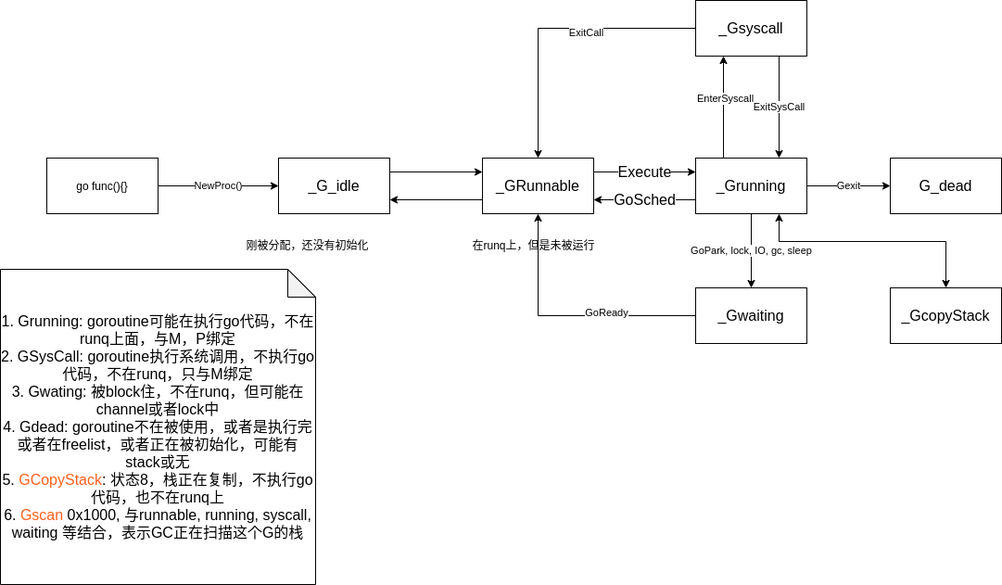
This is img/gstatus.png from mhh12121/mhh12121.github.io, a draw.io export, as it was before one commit. Source tidied: cells renumbered, new cells last; positions are measured from the earlier drawing's top-left corner, leaving out a move shared by most shapes.
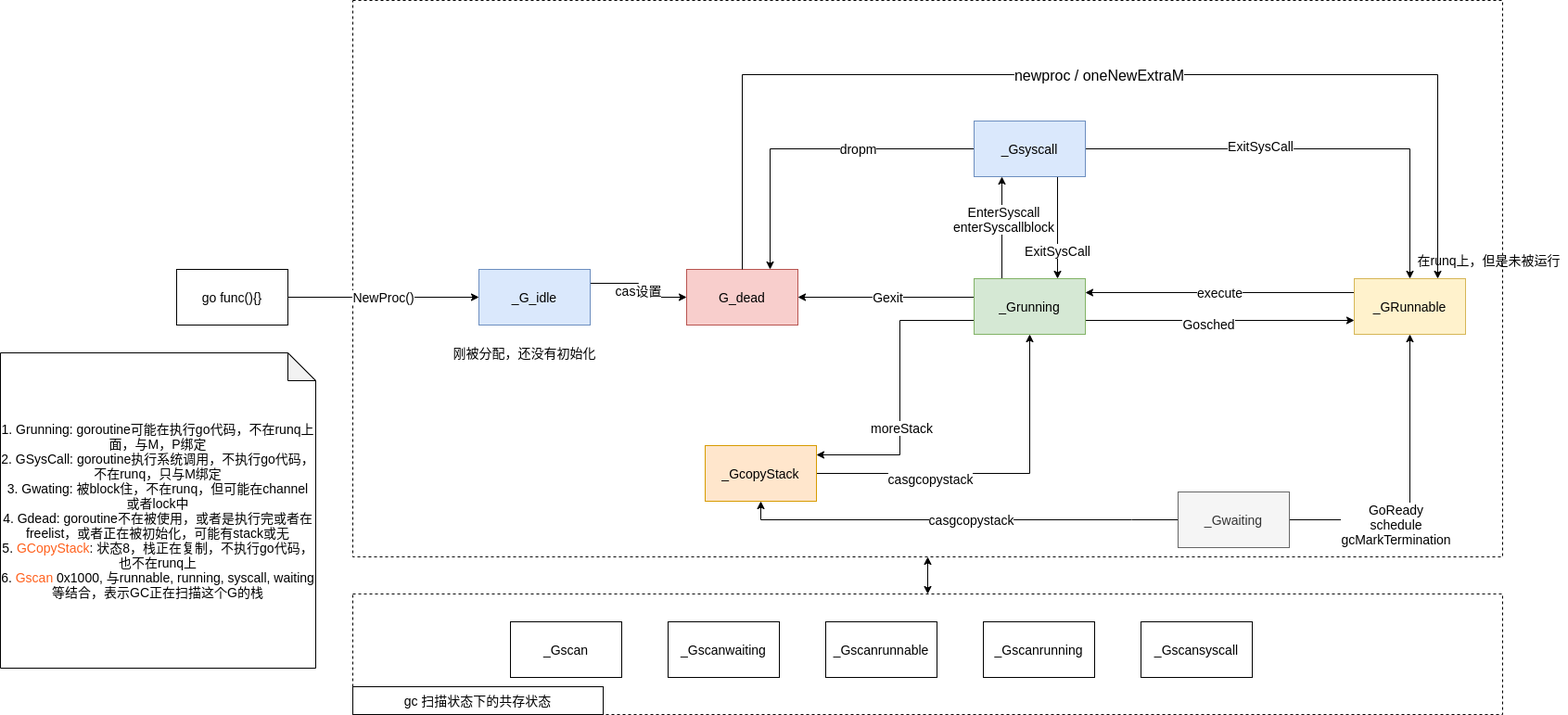
After the change.

The edit, as a diff of the source:
```diff
@@ -2,98 +2,159 @@
   <root>
     <mxCell id="0" />
     <mxCell id="1" parent="0" />
+    <mxCell id="28" style="edgeStyle=orthogonalEdgeStyle;rounded=0;jettySize=auto;html=1;exitX=0.5;exitY=1;exitDx=0;exitDy=0;entryX=0.5;entryY=0;entryDx=0;entryDy=0;startArrow=classic;startFill=1;fontSize=14;" parent="1" edge="1" source="29" target="30">
+      <mxGeometry relative="1" as="geometry" />
+    </mxCell>
+    <mxCell id="29" style="rounded=0;whiteSpace=wrap;html=1;fontSize=14;fillColor=none;dashed=1;" parent="1" vertex="1">
+      <mxGeometry x="-10" y="-180" width="1240" height="600" as="geometry" />
+    </mxCell>
+    <mxCell id="30" style="rounded=0;whiteSpace=wrap;html=1;dashed=1;fillColor=none;fontSize=14;" parent="1" vertex="1">
+      <mxGeometry x="-10" y="460" width="1240" height="130" as="geometry" />
+    </mxCell>
-    <mxCell id="2" style="edgeStyle=orthogonalEdgeStyle;rounded=0;jettySize=auto;html=1;exitX=1;exitY=0.25;exitDx=0;exitDy=0;entryX=0;entryY=0.25;entryDx=0;entryDy=0;fontFamily=Helvetica;fontSize=16;" parent="1" edge="1" source="3" target="6">
+    <mxCell id="2" value="cas设置" style="edgeStyle=orthogonalEdgeStyle;rounded=0;jettySize=auto;html=1;exitX=1;exitY=0.25;exitDx=0;exitDy=0;entryX=0;entryY=0.5;entryDx=0;entryDy=0;fontFamily=Helvetica;fontSize=14;" parent="1" edge="1" source="3" target="18">
       <mxGeometry relative="1" as="geometry" />
     </mxCell>
-    <mxCell id="3" value="_G_idle" style="rounded=0;whiteSpace=wrap;html=1;fontFamily=Helvetica;fontSize=16;" parent="1" vertex="1">
-      <mxGeometry x="300" y="170" width="120" height="60" as="geometry" />
+    <mxCell id="3" value="_G_idle" style="rounded=0;whiteSpace=wrap;html=1;fontFamily=Helvetica;fontSize=14;fillColor=#dae8fc;strokeColor=#6c8ebf;" parent="1" vertex="1">
+      <mxGeometry x="126" y="110" width="120" height="60" as="geometry" />
     </mxCell>
-    <mxCell id="4" style="edgeStyle=orthogonalEdgeStyle;rounded=0;jettySize=auto;html=1;exitX=0;exitY=0.75;exitDx=0;exitDy=0;entryX=1;entryY=0.75;entryDx=0;entryDy=0;fontFamily=Helvetica;fontSize=16;" parent="1" edge="1" source="6" target="3">
-      <mxGeometry relative="1" as="geometry" />
-    </mxCell>
-    <mxCell id="5" value="Execute" style="edgeStyle=orthogonalEdgeStyle;rounded=0;jettySize=auto;html=1;exitX=1;exitY=0.25;exitDx=0;exitDy=0;entryX=0;entryY=0.25;entryDx=0;entryDy=0;fontFamily=Helvetica;fontSize=16;" parent="1" edge="1" source="6" target="13">
-      <mxGeometry relative="1" as="geometry" />
+    <mxCell id="5" value="execute" style="edgeStyle=orthogonalEdgeStyle;rounded=0;jettySize=auto;html=1;exitX=0;exitY=0.25;exitDx=0;exitDy=0;entryX=1;entryY=0.25;entryDx=0;entryDy=0;fontFamily=Helvetica;fontSize=14;" parent="1" edge="1" source="6" target="13">
+      <mxGeometry relative="1" as="geometry">
+        <Array as="points">
+          <mxPoint x="1070" y="135" />
+        </Array>
+      </mxGeometry>
     </mxCell>
-    <mxCell id="6" value="_GRunnable" style="rounded=0;whiteSpace=wrap;html=1;fontFamily=Helvetica;fontSize=16;" parent="1" vertex="1">
-      <mxGeometry x="520" y="170" width="120" height="60" as="geometry" />
+    <mxCell id="6" value="_GRunnable" style="rounded=0;whiteSpace=wrap;html=1;fontFamily=Helvetica;fontSize=14;fillColor=#fff2cc;strokeColor=#d6b656;" parent="1" vertex="1">
+      <mxGeometry x="1070" y="120" width="120" height="60" as="geometry" />
     </mxCell>
-    <mxCell id="7" value="GoSched" style="edgeStyle=orthogonalEdgeStyle;rounded=0;jettySize=auto;html=1;exitX=0;exitY=0.75;exitDx=0;exitDy=0;entryX=1;entryY=0.75;entryDx=0;entryDy=0;fontFamily=Helvetica;fontSize=16;" parent="1" edge="1" source="13" target="6">
-      <mxGeometry relative="1" as="geometry" />
-    </mxCell>
-    <mxCell id="8" style="edgeStyle=orthogonalEdgeStyle;rounded=0;jettySize=auto;html=1;exitX=0.25;exitY=0;exitDx=0;exitDy=0;entryX=0.25;entryY=1;entryDx=0;entryDy=0;" parent="1" edge="1" source="13" target="17">
+    <mxCell id="8" style="edgeStyle=orthogonalEdgeStyle;rounded=0;jettySize=auto;html=1;exitX=0.25;exitY=0;exitDx=0;exitDy=0;entryX=0.25;entryY=1;entryDx=0;entryDy=0;fontSize=14;" parent="1" edge="1" source="13" target="17">
       <mxGeometry relative="1" as="geometry" />
     </mxCell>
-    <mxCell id="9" value="EnterSyscall" style="edgeLabel;html=1;align=center;verticalAlign=middle;" parent="8" vertex="1">
+    <mxCell id="9" value="EnterSyscall&lt;br&gt;enterSyscallblock" style="edgeLabel;html=1;align=center;verticalAlign=middle;fontSize=14;" parent="8" vertex="1">
       <mxGeometry x="0.18" y="-1" relative="1" as="geometry" />
     </mxCell>
-    <mxCell id="10" value="Gexit" style="edgeStyle=orthogonalEdgeStyle;rounded=0;jettySize=auto;html=1;exitX=1;exitY=0.5;exitDx=0;exitDy=0;entryX=0;entryY=0.5;entryDx=0;entryDy=0;" parent="1" edge="1" source="13" target="18">
+    <mxCell id="10" value="Gexit" style="edgeStyle=orthogonalEdgeStyle;rounded=0;jettySize=auto;html=1;exitX=0;exitY=0.25;exitDx=0;exitDy=0;fontSize=14;entryX=1;entryY=0.5;entryDx=0;entryDy=0;" parent="1" edge="1" source="13" target="18">
       <mxGeometry relative="1" as="geometry">
         <Array as="points">
-          <mxPoint x="910" y="200" />
-          <mxPoint x="910" y="200" />
+          <mxPoint x="660" y="140" />
         </Array>
       </mxGeometry>
     </mxCell>
-    <mxCell id="11" value="GoPark, lock, IO, gc, sleep" style="edgeStyle=orthogonalEdgeStyle;rounded=0;jettySize=auto;html=1;exitX=0.5;exitY=1;exitDx=0;exitDy=0;entryX=0.5;entryY=0;entryDx=0;entryDy=0;" parent="1" edge="1" source="13" target="21">
-      <mxGeometry relative="1" as="geometry">
-        <Array as="points">
-          <mxPoint x="810" y="270" />
-          <mxPoint x="810" y="270" />
-        </Array>
-      </mxGeometry>
-    </mxCell>
-    <mxCell id="12" style="edgeStyle=orthogonalEdgeStyle;rounded=0;jettySize=auto;html=1;exitX=0.75;exitY=1;exitDx=0;exitDy=0;startArrow=classic;startFill=1;" parent="1" edge="1" source="13" target="27">
+    <mxCell id="12" style="edgeStyle=orthogonalEdgeStyle;rounded=0;jettySize=auto;html=1;exitX=0;exitY=0.75;exitDx=0;exitDy=0;startArrow=none;startFill=0;fontSize=14;" parent="1" edge="1" source="13" target="27">
       <mxGeometry relative="1" as="geometry">
         <Array as="points">
-          <mxPoint x="840" y="260" />
-          <mxPoint x="1020" y="260" />
+          <mxPoint x="580" y="165" />
+          <mxPoint x="580" y="310" />
         </Array>
       </mxGeometry>
     </mxCell>
+    <mxCell id="31" value="moreStack" style="edgeLabel;html=1;align=center;verticalAlign=middle;fontSize=14;" parent="12" vertex="1">
+      <mxGeometry x="0.24" y="1" relative="1" as="geometry" />
+    </mxCell>
+    <mxCell id="32" style="edgeStyle=orthogonalEdgeStyle;rounded=0;jettySize=auto;html=1;exitX=1;exitY=0.5;exitDx=0;exitDy=0;entryX=0.5;entryY=1;entryDx=0;entryDy=0;fontSize=14;" parent="1" edge="1" source="27" target="13">
+      <mxGeometry relative="1" as="geometry" />
+    </mxCell>
+    <mxCell id="33" value="casgcopystack" style="edgeLabel;html=1;align=center;verticalAlign=middle;fontSize=14;" parent="32" vertex="1">
+      <mxGeometry x="-0.36" y="-5" relative="1" as="geometry" />
+    </mxCell>
+    <mxCell id="7" style="edgeStyle=orthogonalEdgeStyle;rounded=0;jettySize=auto;html=1;exitX=1;exitY=0.75;exitDx=0;exitDy=0;entryX=0;entryY=0.75;entryDx=0;entryDy=0;startArrow=none;startFill=0;fontSize=14;" parent="1" edge="1" source="13" target="6">
+      <mxGeometry relative="1" as="geometry" />
+    </mxCell>
+    <mxCell id="34" value="Gosched" style="edgeLabel;html=1;align=center;verticalAlign=middle;fontSize=14;" parent="7" vertex="1">
+      <mxGeometry x="-0.09" y="-3" relative="1" as="geometry" />
+    </mxCell>
-    <mxCell id="13" value="_Grunning" style="rounded=0;whiteSpace=wrap;html=1;fontFamily=Helvetica;fontSize=16;" parent="1" vertex="1">
-      <mxGeometry x="750" y="170" width="120" height="60" as="geometry" />
+    <mxCell id="13" value="_Grunning" style="rounded=0;whiteSpace=wrap;html=1;fontFamily=Helvetica;fontSize=14;fillColor=#d5e8d4;strokeColor=#82b366;" parent="1" vertex="1">
+      <mxGeometry x="660" y="120" width="120" height="60" as="geometry" />
     </mxCell>
-    <mxCell id="14" style="edgeStyle=orthogonalEdgeStyle;rounded=0;jettySize=auto;html=1;exitX=0;exitY=0.5;exitDx=0;exitDy=0;entryX=0.5;entryY=0;entryDx=0;entryDy=0;" parent="1" edge="1" source="17" target="6">
+    <mxCell id="14" style="edgeStyle=orthogonalEdgeStyle;rounded=0;jettySize=auto;html=1;exitX=1;exitY=0.5;exitDx=0;exitDy=0;entryX=0.5;entryY=0;entryDx=0;entryDy=0;fontSize=14;" parent="1" edge="1" source="17" target="6">
       <mxGeometry relative="1" as="geometry" />
     </mxCell>
-    <mxCell id="15" value="ExitCall&lt;br&gt;" style="edgeLabel;html=1;align=center;verticalAlign=middle;" parent="14" vertex="1">
+    <mxCell id="15" value="ExitSysCall" style="edgeLabel;html=1;align=center;verticalAlign=middle;fontSize=14;" parent="14" vertex="1">
       <mxGeometry x="-0.23" y="4" relative="1" as="geometry" />
     </mxCell>
-    <mxCell id="16" value="ExitSysCall" style="edgeStyle=orthogonalEdgeStyle;rounded=0;jettySize=auto;html=1;exitX=0.75;exitY=1;exitDx=0;exitDy=0;entryX=0.75;entryY=0;entryDx=0;entryDy=0;" parent="1" edge="1" source="17" target="13">
-      <mxGeometry relative="1" as="geometry" />
+    <mxCell id="16" value="ExitSysCall" style="edgeStyle=orthogonalEdgeStyle;rounded=0;jettySize=auto;html=1;exitX=0.75;exitY=1;exitDx=0;exitDy=0;entryX=0.75;entryY=0;entryDx=0;entryDy=0;fontSize=14;" parent="1" edge="1" source="17" target="13">
+      <mxGeometry x="0.45" relative="1" as="geometry" />
     </mxCell>
+    <mxCell id="35" style="edgeStyle=orthogonalEdgeStyle;rounded=0;jettySize=auto;html=1;exitX=0;exitY=0.5;exitDx=0;exitDy=0;entryX=0.75;entryY=0;entryDx=0;entryDy=0;startArrow=none;startFill=0;fontSize=14;" parent="1" edge="1" source="17" target="18">
+      <mxGeometry relative="1" as="geometry" />
+    </mxCell>
+    <mxCell id="36" value="dropm" style="edgeLabel;html=1;align=center;verticalAlign=middle;fontSize=14;" parent="35" vertex="1">
+      <mxGeometry x="-0.28" y="-1" relative="1" as="geometry" />
+    </mxCell>
-    <mxCell id="17" value="_Gsyscall" style="rounded=0;whiteSpace=wrap;html=1;fontFamily=Helvetica;fontSize=16;" parent="1" vertex="1">
-      <mxGeometry x="750" width="120" height="60" as="geometry" />
+    <mxCell id="17" value="_Gsyscall" style="rounded=0;whiteSpace=wrap;html=1;fontFamily=Helvetica;fontSize=14;fillColor=#dae8fc;strokeColor=#6c8ebf;" parent="1" vertex="1">
+      <mxGeometry x="660" y="-50" width="120" height="60" as="geometry" />
     </mxCell>
-    <mxCell id="18" value="G_dead" style="rounded=0;whiteSpace=wrap;html=1;fontFamily=Helvetica;fontSize=16;" parent="1" vertex="1">
-      <mxGeometry x="960" y="170" width="120" height="60" as="geometry" />
-    </mxCell>
-    <mxCell id="19" style="edgeStyle=orthogonalEdgeStyle;rounded=0;jettySize=auto;html=1;exitX=0;exitY=0.5;exitDx=0;exitDy=0;entryX=0.5;entryY=1;entryDx=0;entryDy=0;" parent="1" edge="1" source="21" target="6">
+    <mxCell id="19" style="edgeStyle=orthogonalEdgeStyle;rounded=0;jettySize=auto;html=1;exitX=1;exitY=0.5;exitDx=0;exitDy=0;entryX=0.5;entryY=1;entryDx=0;entryDy=0;fontSize=14;" parent="1" edge="1" source="21" target="6">
       <mxGeometry relative="1" as="geometry" />
     </mxCell>
-    <mxCell id="20" value="GoReady" style="edgeLabel;html=1;align=center;verticalAlign=middle;" parent="19" vertex="1">
+    <mxCell id="20" value="GoReady&lt;br&gt;schedule&lt;br&gt;gcMarkTermination" style="edgeLabel;html=1;align=center;verticalAlign=middle;fontSize=14;" parent="19" vertex="1">
       <mxGeometry x="-0.31" y="-4" relative="1" as="geometry" />
     </mxCell>
+    <mxCell id="37" style="edgeStyle=orthogonalEdgeStyle;rounded=0;jettySize=auto;html=1;entryX=0.5;entryY=1;entryDx=0;entryDy=0;startArrow=none;startFill=0;fontSize=14;" parent="1" edge="1" source="21" target="27">
+      <mxGeometry relative="1" as="geometry">
+        <Array as="points">
+          <mxPoint x="830" y="380" />
+          <mxPoint x="430" y="380" />
+        </Array>
+      </mxGeometry>
+    </mxCell>
+    <mxCell id="38" value="casgcopystack" style="edgeLabel;html=1;align=center;verticalAlign=middle;fontSize=14;" parent="37" vertex="1">
+      <mxGeometry x="-0.05" y="-1" relative="1" as="geometry" />
+    </mxCell>
-    <mxCell id="21" value="_Gwaiting" style="rounded=0;whiteSpace=wrap;html=1;fontFamily=Helvetica;fontSize=16;" parent="1" vertex="1">
-      <mxGeometry x="750" y="310" width="120" height="60" as="geometry" />
+    <mxCell id="21" value="_Gwaiting" style="rounded=0;whiteSpace=wrap;html=1;fontFamily=Helvetica;fontSize=14;fillColor=#f5f5f5;strokeColor=#666666;fontColor=#333333;" parent="1" vertex="1">
+      <mxGeometry x="880" y="350" width="120" height="60" as="geometry" />
     </mxCell>
-    <mxCell id="22" value="刚被分配，还没有初始化&lt;br&gt;" style="text;html=1;align=center;verticalAlign=middle;" parent="1" vertex="1">
-      <mxGeometry x="256" y="254" width="150" height="20" as="geometry" />
+    <mxCell id="22" value="刚被分配，还没有初始化&lt;br style=&quot;font-size: 14px;&quot;&gt;" style="text;html=1;align=center;verticalAlign=middle;fontSize=14;" parent="1" vertex="1">
+      <mxGeometry x="90" y="190" width="170" height="20" as="geometry" />
     </mxCell>
-    <mxCell id="23" value="在runq上，但是未被运行&lt;br&gt;" style="text;html=1;align=center;verticalAlign=middle;" parent="1" vertex="1">
-      <mxGeometry x="500" y="254" width="150" height="20" as="geometry" />
+    <mxCell id="23" value="在runq上，但是未被运行&lt;br style=&quot;font-size: 14px;&quot;&gt;" style="text;html=1;align=center;verticalAlign=middle;fontSize=14;" parent="1" vertex="1">
+      <mxGeometry x="1130" y="90" width="170" height="20" as="geometry" />
     </mxCell>
-    <mxCell id="24" value="NewProc()" style="edgeStyle=orthogonalEdgeStyle;rounded=0;jettySize=auto;html=1;exitX=1;exitY=0.5;exitDx=0;exitDy=0;entryX=0;entryY=0.5;entryDx=0;entryDy=0;" parent="1" edge="1" source="25" target="3">
+    <mxCell id="24" value="NewProc()" style="edgeStyle=orthogonalEdgeStyle;rounded=0;jettySize=auto;html=1;exitX=1;exitY=0.5;exitDx=0;exitDy=0;entryX=0;entryY=0.5;entryDx=0;entryDy=0;fontSize=14;" parent="1" edge="1" source="25" target="3">
       <mxGeometry relative="1" as="geometry" />
     </mxCell>
-    <mxCell id="25" value="go func(){}" style="rounded=0;whiteSpace=wrap;html=1;" parent="1" vertex="1">
-      <mxGeometry x="50" y="170" width="120" height="60" as="geometry" />
+    <mxCell id="25" value="go func(){}" style="rounded=0;whiteSpace=wrap;html=1;fontSize=14;" parent="1" vertex="1">
+      <mxGeometry x="-200" y="110" width="120" height="60" as="geometry" />
     </mxCell>
-    <mxCell id="26" value="1. Grunning: goroutine可能在执行go代码，不在runq上面，与M，P绑定&lt;br style=&quot;font-size: 16px;&quot;&gt;2. GSysCall: goroutine执行系统调用，不执行go代码，不在runq，只与M绑定&lt;br style=&quot;font-size: 16px;&quot;&gt;3. Gwating: 被block住，不在runq，但可能在channel或者lock中&lt;br style=&quot;font-size: 16px;&quot;&gt;4. Gdead: goroutine不在被使用，或者是执行完或者在freelist，或者正在被初始化，可能有stack或无&lt;br style=&quot;font-size: 16px;&quot;&gt;5. &lt;font color=&quot;#ff601c&quot; style=&quot;font-size: 16px;&quot;&gt;GCopyStack&lt;/font&gt;: 状态8，栈正在复制，不执行go代码，也不在runq上&lt;br style=&quot;font-size: 16px;&quot;&gt;6. &lt;font color=&quot;#ff601c&quot; style=&quot;font-size: 16px;&quot;&gt;Gscan&lt;/font&gt; 0x1000, 与runnable, running, syscall, waiting 等结合，表示GC正在扫描这个G的栈" style="shape=note;whiteSpace=wrap;html=1;backgroundOutline=1;darkOpacity=0.05;fontSize=16;" parent="1" vertex="1">
-      <mxGeometry y="290" width="340" height="340" as="geometry" />
+    <mxCell id="26" value="1. Grunning: goroutine可能在执行go代码，不在runq上面，与M，P绑定&lt;br style=&quot;font-size: 14px;&quot;&gt;2. GSysCall: goroutine执行系统调用，不执行go代码，不在runq，只与M绑定&lt;br style=&quot;font-size: 14px;&quot;&gt;3. Gwating: 被block住，不在runq，但可能在channel或者lock中&lt;br style=&quot;font-size: 14px;&quot;&gt;4. Gdead: goroutine不在被使用，或者是执行完或者在freelist，或者正在被初始化，可能有stack或无&lt;br style=&quot;font-size: 14px;&quot;&gt;5. &lt;font color=&quot;#ff601c&quot; style=&quot;font-size: 14px;&quot;&gt;GCopyStack&lt;/font&gt;: 状态8，栈正在复制，不执行go代码，也不在runq上&lt;br style=&quot;font-size: 14px;&quot;&gt;6. &lt;font color=&quot;#ff601c&quot; style=&quot;font-size: 14px;&quot;&gt;Gscan&lt;/font&gt; 0x1000, 与runnable, running, syscall, waiting 等结合，表示GC正在扫描这个G的栈" style="shape=note;whiteSpace=wrap;html=1;backgroundOutline=1;darkOpacity=0.05;fontSize=14;" parent="1" vertex="1">
+      <mxGeometry x="-390" y="200" width="340" height="340" as="geometry" />
     </mxCell>
-    <mxCell id="27" value="&lt;font style=&quot;font-size: 16px&quot;&gt;_GcopyStack&lt;/font&gt;" style="rounded=0;whiteSpace=wrap;html=1;" parent="1" vertex="1">
-      <mxGeometry x="960" y="310" width="120" height="60" as="geometry" />
+    <mxCell id="27" value="&lt;font style=&quot;font-size: 14px;&quot;&gt;_GcopyStack&lt;/font&gt;" style="rounded=0;whiteSpace=wrap;html=1;fontSize=14;fillColor=#ffe6cc;strokeColor=#d79b00;" parent="1" vertex="1">
+      <mxGeometry x="370" y="300" width="120" height="60" as="geometry" />
     </mxCell>
+    <mxCell id="39" value="_Gscan" style="rounded=0;whiteSpace=wrap;html=1;fontSize=14;" parent="1" vertex="1">
+      <mxGeometry x="160" y="490" width="120" height="60" as="geometry" />
+    </mxCell>
+    <mxCell id="40" value="_Gscanwaiting" style="rounded=0;whiteSpace=wrap;html=1;fontSize=14;" parent="1" vertex="1">
+      <mxGeometry x="330" y="490" width="120" height="60" as="geometry" />
+    </mxCell>
+    <mxCell id="41" value="_Gscanrunning" style="rounded=0;whiteSpace=wrap;html=1;fontSize=14;" parent="1" vertex="1">
+      <mxGeometry x="670" y="490" width="120" height="60" as="geometry" />
+    </mxCell>
+    <mxCell id="42" value="_Gscanrunnable" style="rounded=0;whiteSpace=wrap;html=1;fontSize=14;" parent="1" vertex="1">
+      <mxGeometry x="500" y="490" width="120" height="60" as="geometry" />
+    </mxCell>
+    <mxCell id="43" value="_Gscansyscall" style="rounded=0;whiteSpace=wrap;html=1;fontSize=14;" parent="1" vertex="1">
+      <mxGeometry x="840" y="490" width="120" height="60" as="geometry" />
+    </mxCell>
+    <mxCell id="18" value="G_dead" style="rounded=0;whiteSpace=wrap;html=1;fontFamily=Helvetica;fontSize=14;fillColor=#f8cecc;strokeColor=#b85450;" parent="1" vertex="1">
+      <mxGeometry x="350" y="110" width="120" height="60" as="geometry" />
+    </mxCell>
+    <mxCell id="44" style="edgeStyle=orthogonalEdgeStyle;rounded=0;jettySize=auto;html=1;exitX=0.5;exitY=0;exitDx=0;exitDy=0;entryX=0.75;entryY=0;entryDx=0;entryDy=0;fontSize=14;" parent="1" edge="1" source="18" target="6">
+      <mxGeometry relative="1" as="geometry">
+        <Array as="points">
+          <mxPoint x="410" y="-100" />
+          <mxPoint x="1160" y="-100" />
+        </Array>
+      </mxGeometry>
+    </mxCell>
+    <mxCell id="45" value="&lt;font style=&quot;font-size: 16px&quot;&gt;newproc / oneNewExtraM&lt;/font&gt;" style="edgeLabel;html=1;align=center;verticalAlign=middle;fontSize=14;" parent="44" vertex="1">
+      <mxGeometry x="0.26" y="-3" relative="1" as="geometry">
+        <mxPoint x="-149" y="-3" as="offset" />
+      </mxGeometry>
+    </mxCell>
+    <mxCell id="46" value="gc 扫描状态下的共存状态" style="rounded=0;whiteSpace=wrap;html=1;fontSize=14;fillColor=none;" parent="1" vertex="1">
+      <mxGeometry x="-10" y="560" width="270" height="30" as="geometry" />
+    </mxCell>
   </root>
 </mxGraphModel>
```
